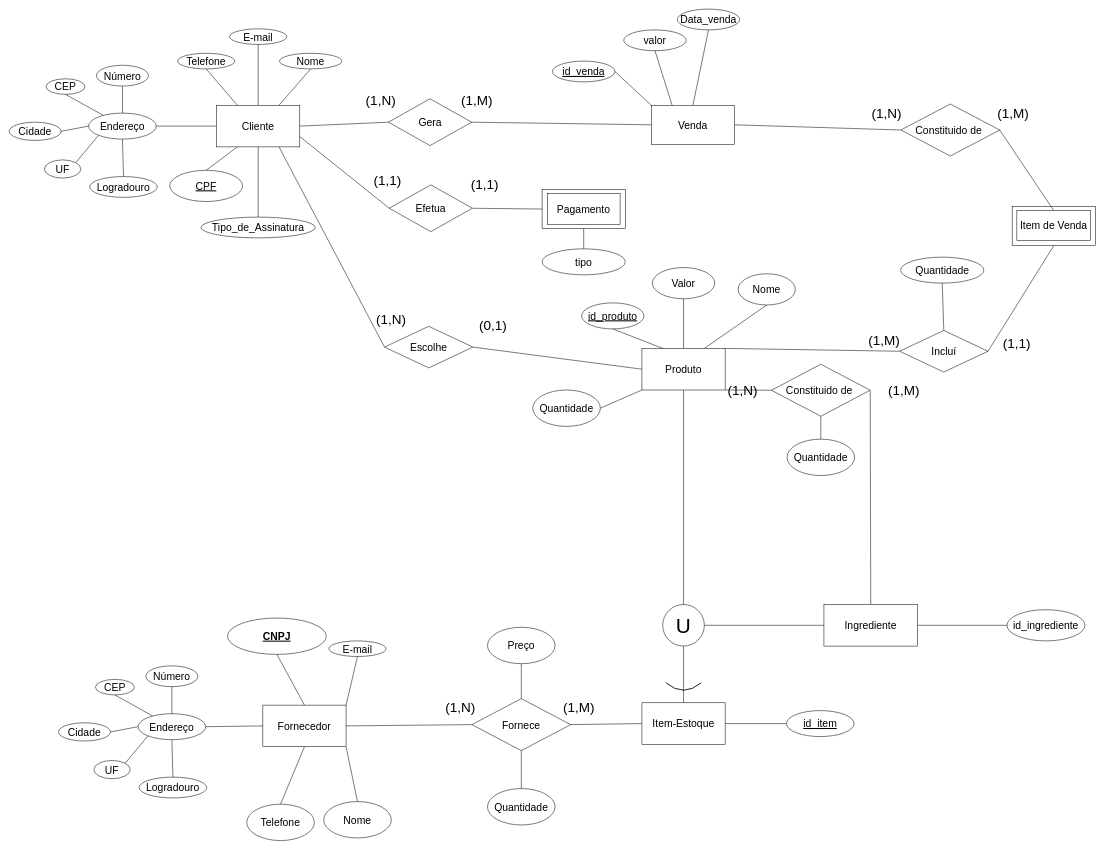
Earlier version of the draw.io diagram lib/der-padaria.drawio (GustavoBastos04/Sistema-de-padaria). Source tidied: cells renumbered, new cells numbered last; positions are measured from the earlier drawing's top-left corner, leaving out a move shared by most shapes. Both pictures are drawn from the tidied source at 52%, with x=0, y=0 at pixel (9, 9).
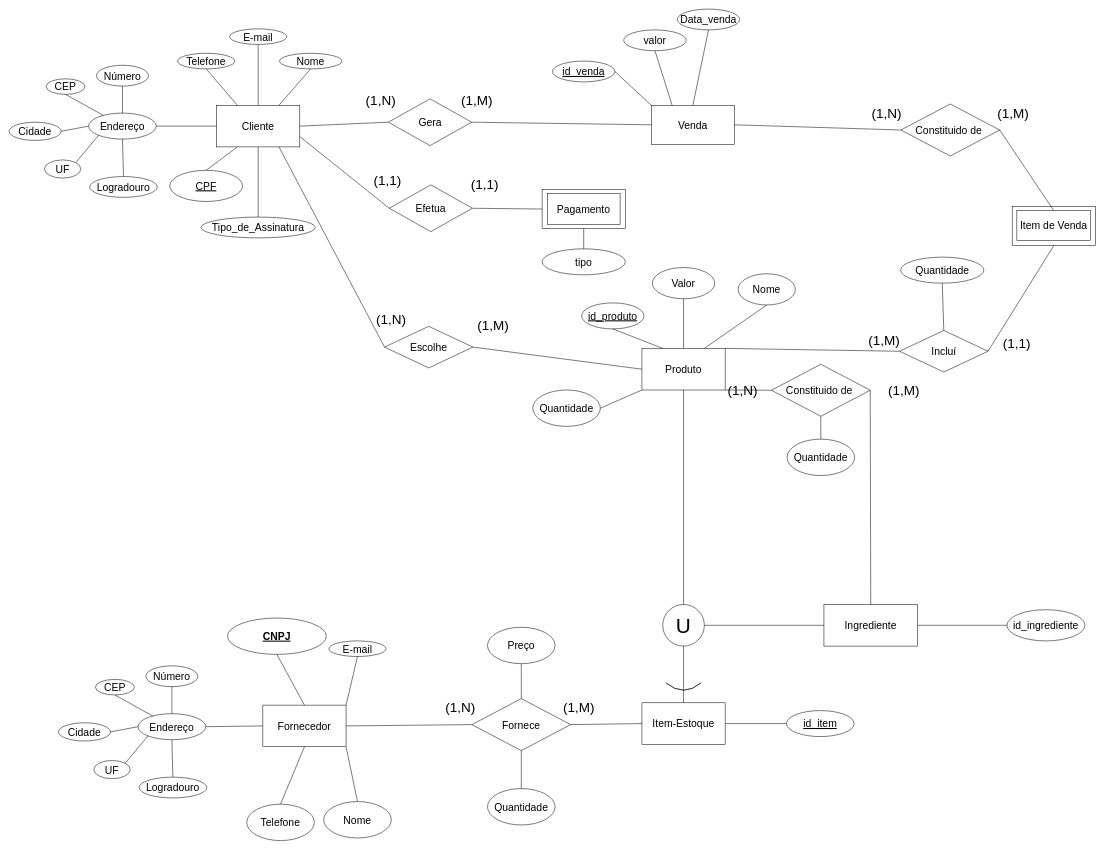
After the change.

Diff of the diagram source:
```diff
@@
-    <mxCell id="50" value="&lt;font style=&quot;font-size: 26px;&quot;&gt;(0,1)&lt;/font&gt;" style="text;html=1;align=center;verticalAlign=middle;whiteSpace=wrap;rounded=0;" parent="1" vertex="1">
+    <mxCell id="50" value="&lt;font style=&quot;font-size: 26px;&quot;&gt;(1,M)&lt;/font&gt;" style="text;html=1;align=center;verticalAlign=middle;whiteSpace=wrap;rounded=0;" parent="1" vertex="1">
       <mxGeometry x="901" y="592.5" width="60" height="30" as="geometry" />
     </mxCell>
```
